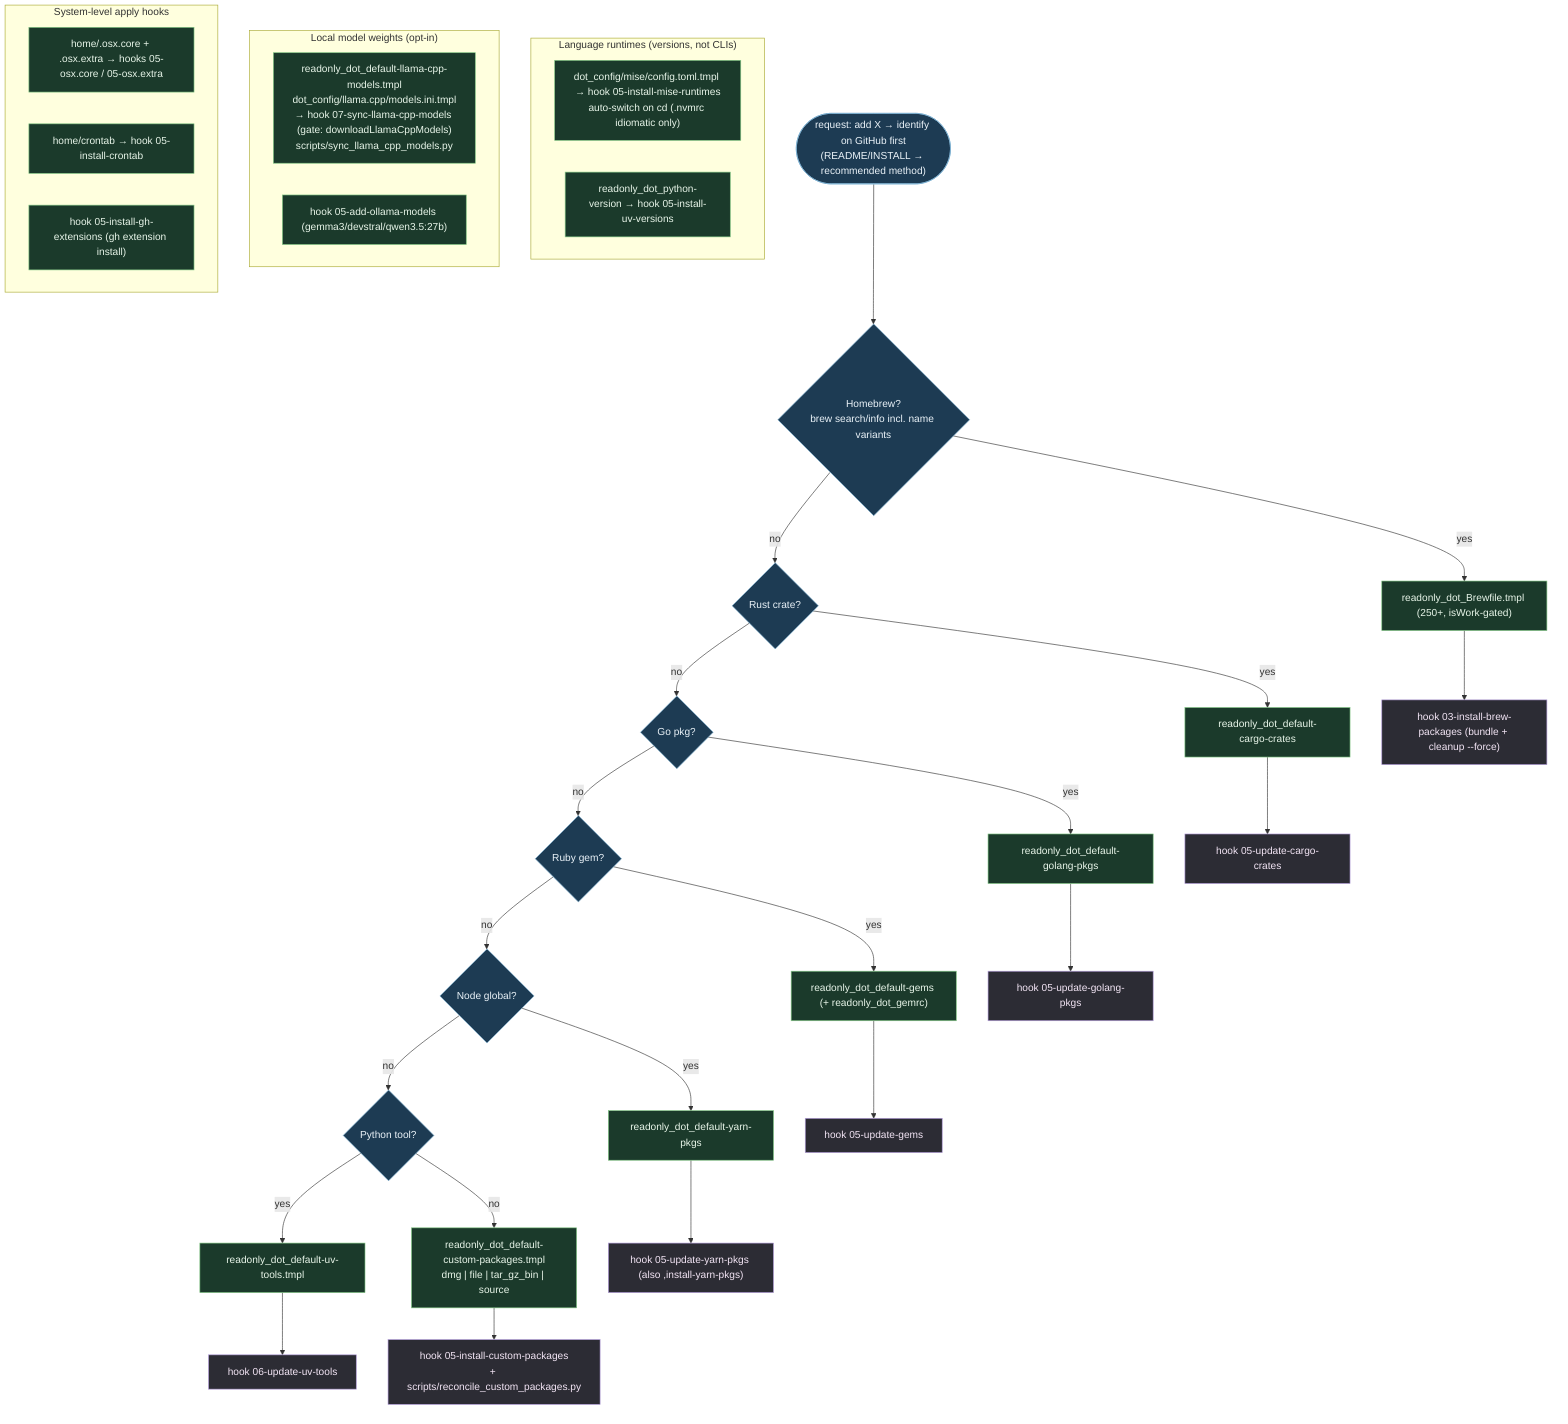
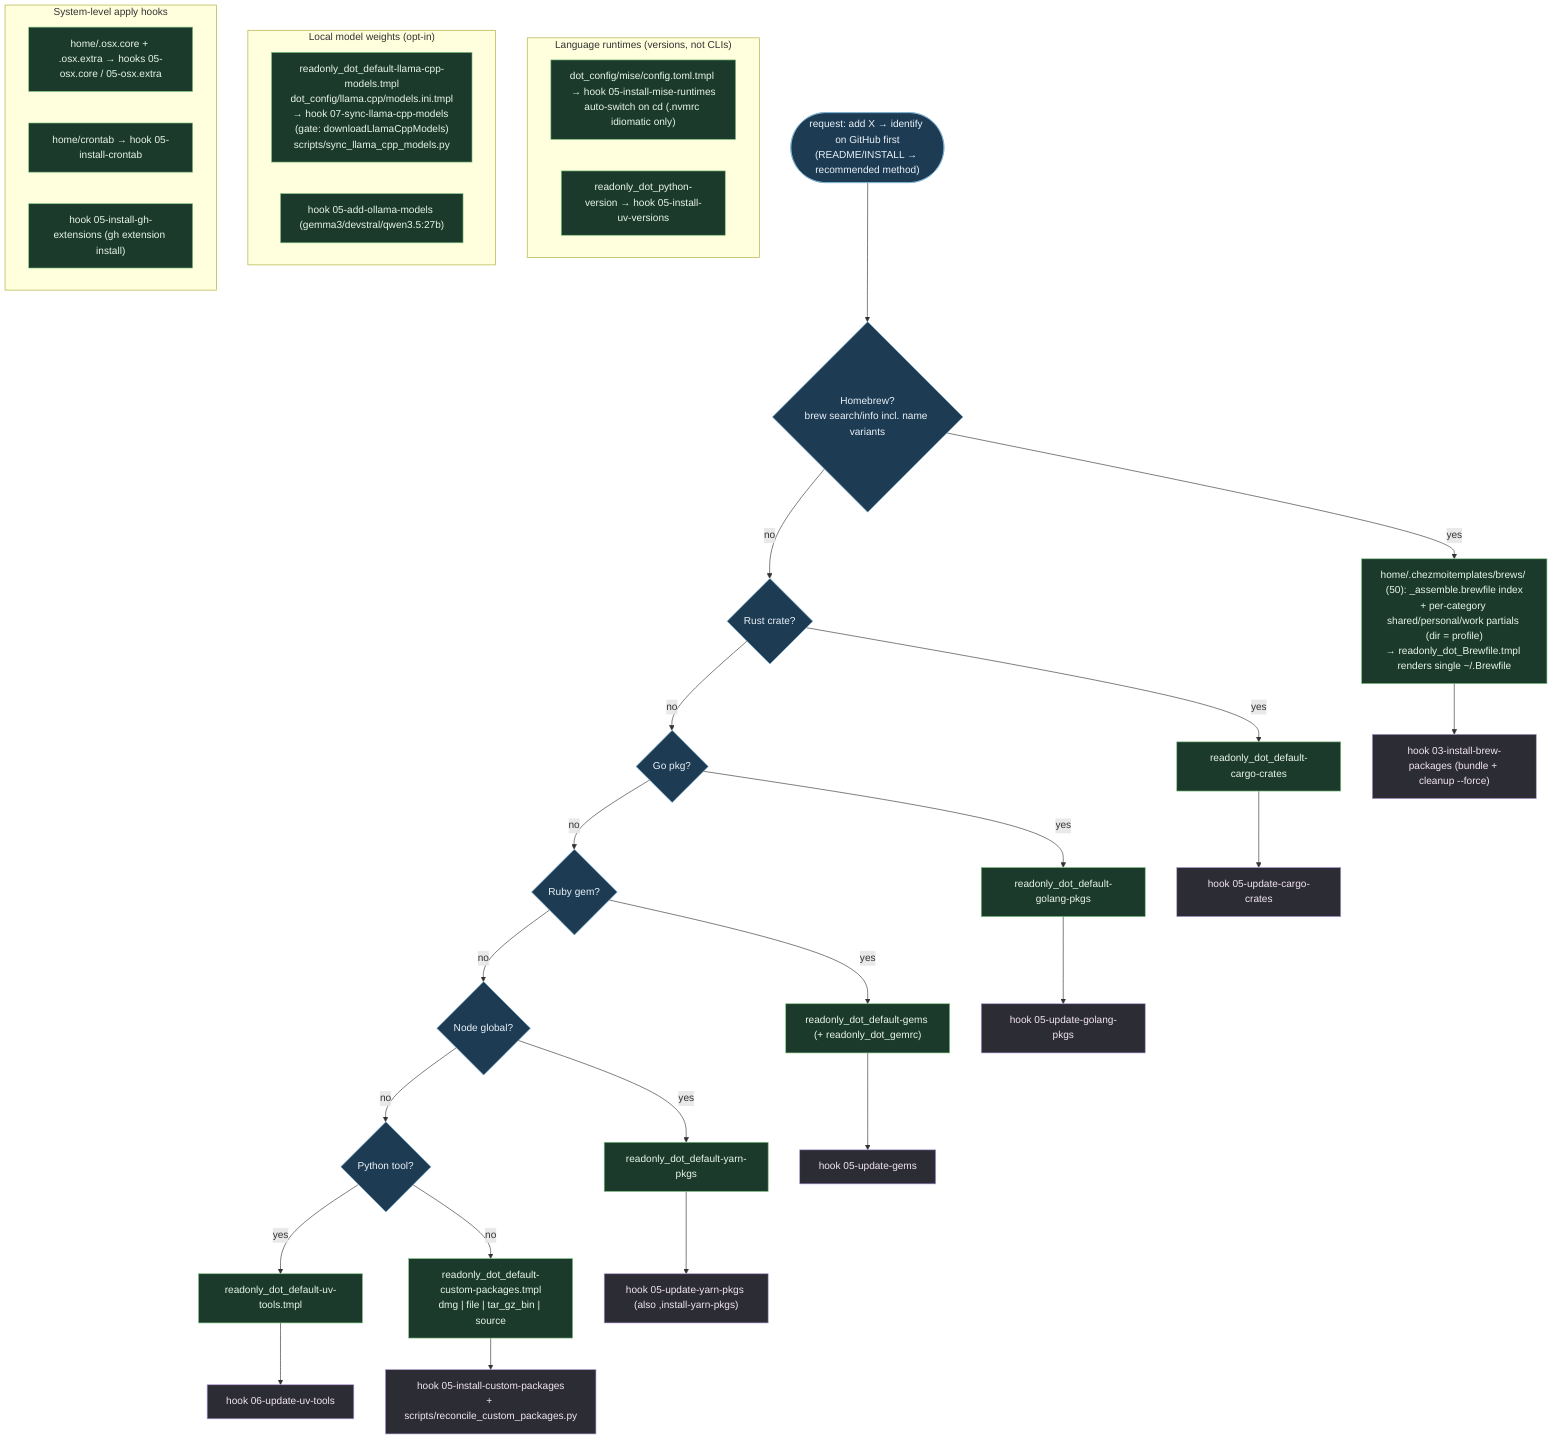
%% ============================================================================
%% 02-package-management.mmd — "add X" decision ladder + every declarative
%% package list and its sync hook. Stop at first suitable match top-down.
%% Lists live at home/readonly_dot_default-* (deployed to ~/.default-*).
%% ============================================================================
flowchart TD
    classDef q fill:#1d3b53,stroke:#7fb3d5,color:#eaf2f8;
    classDef reg fill:#1b3a2b,stroke:#81c784,color:#e8f5e9;
    classDef hook fill:#2c2c34,stroke:#b39ddb,color:#f3e5f5;

    ADD(["request: add X → identify on GitHub first<br/>(README/INSTALL → recommended method)"]):::q

    ADD --> BREW{"Homebrew?<br/>brew search/info incl. name variants"}:::q
-     BREW -- yes --> BREWF["readonly_dot_Brewfile.tmpl (250+, isWork-gated)"]:::reg
+     BREW -- yes --> BREWF["home/.chezmoitemplates/brews/ (50): _assemble.brewfile index<br/>+ per-category shared/personal/work partials (dir = profile)<br/>→ readonly_dot_Brewfile.tmpl renders single ~/.Brewfile"]:::reg
    BREW -- no --> CARGO{Rust crate?}:::q
    CARGO -- yes --> CARGOF["readonly_dot_default-cargo-crates"]:::reg
    CARGO -- no --> GO{Go pkg?}:::q
    GO -- yes --> GOF["readonly_dot_default-golang-pkgs"]:::reg
    GO -- no --> GEM{Ruby gem?}:::q
    GEM -- yes --> GEMF["readonly_dot_default-gems (+ readonly_dot_gemrc)"]:::reg
    GEM -- no --> YARN{Node global?}:::q
    YARN -- yes --> YARNF["readonly_dot_default-yarn-pkgs"]:::reg
    YARN -- no --> UV{Python tool?}:::q
    UV -- yes --> UVF["readonly_dot_default-uv-tools.tmpl"]:::reg
    UV -- no --> CUSTOM["readonly_dot_default-custom-packages.tmpl<br/>dmg | file | tar_gz_bin | source"]:::reg

    BREWF --> H3["hook 03-install-brew-packages (bundle + cleanup --force)"]:::hook
    CARGOF --> H5c["hook 05-update-cargo-crates"]:::hook
    GOF --> H5g["hook 05-update-golang-pkgs"]:::hook
    GEMF --> H5r["hook 05-update-gems"]:::hook
    YARNF --> H5y["hook 05-update-yarn-pkgs (also ,install-yarn-pkgs)"]:::hook
    UVF --> H6["hook 06-update-uv-tools"]:::hook
    CUSTOM --> H5x["hook 05-install-custom-packages<br/>+ scripts/reconcile_custom_packages.py"]:::hook

    subgraph RUNTIMES["Language runtimes (versions, not CLIs)"]
        MISE["dot_config/mise/config.toml.tmpl → hook 05-install-mise-runtimes<br/>auto-switch on cd (.nvmrc idiomatic only)"]:::reg
        PYV["readonly_dot_python-version → hook 05-install-uv-versions"]:::reg
    end

    subgraph LOCALAI["Local model weights (opt-in)"]
        LLAMA["readonly_dot_default-llama-cpp-models.tmpl<br/>dot_config/llama.cpp/models.ini.tmpl<br/>→ hook 07-sync-llama-cpp-models (gate: downloadLlamaCppModels)<br/>scripts/sync_llama_cpp_models.py"]:::reg
        OLLAMA["hook 05-add-ollama-models (gemma3/devstral/qwen3.5:27b)"]:::reg
    end

    subgraph SYSTEM["System-level apply hooks"]
        OSX["home/.osx.core + .osx.extra → hooks 05-osx.core / 05-osx.extra"]:::reg
        CRON["home/crontab → hook 05-install-crontab"]:::reg
        GHEXT["hook 05-install-gh-extensions (gh extension install)"]:::reg
    end
